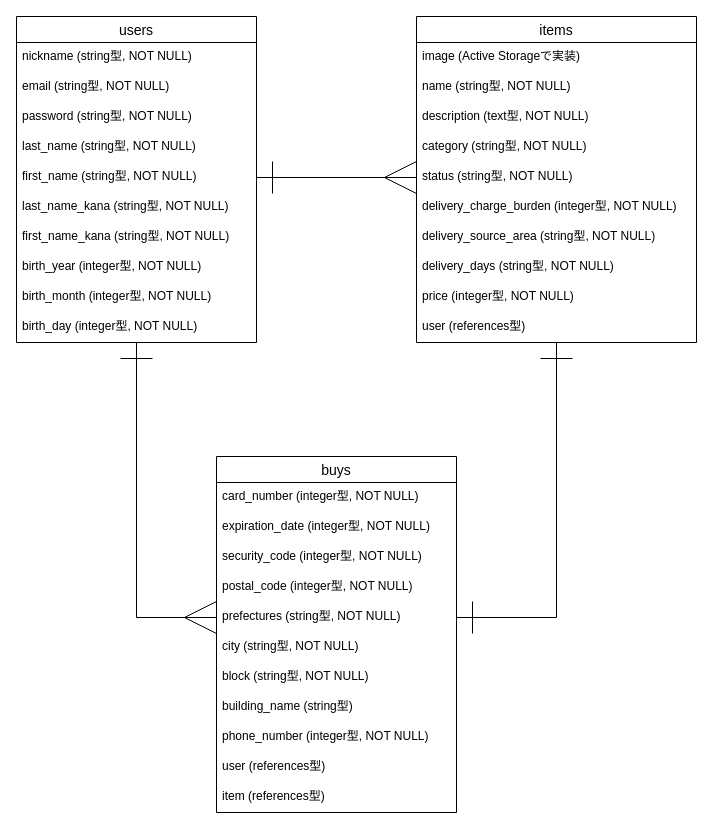
This is ER.dio from tsuyoponta/furima-32375, a draw.io file, before an edit. Source tidied: cells renumbered, new cells numbered last; positions are measured from the earlier drawing's top-left corner, leaving out a move shared by most shapes. Both pictures are drawn from the tidied source at 100%, with x=0, y=0 at pixel (16, 16).
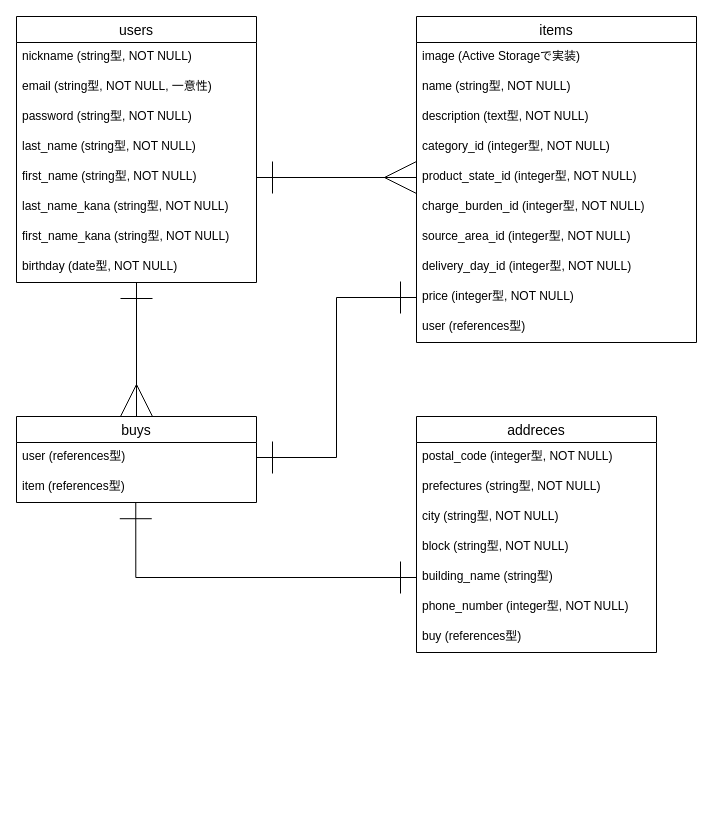
After the change.

Commit message (it also covers changes not shown here):
修正及び購入管理テーブルの追加

The change refers to these unchanged cells:
```xml
<mxCell id="15" value="items" style="swimlane;fontStyle=0;horizontal=1;startSize=26;align=center;fontSize=14;" parent="1" vertex="1">
  <mxGeometry x="400" width="280" height="326" as="geometry" />
</mxCell>
<mxCell id="24" value="price (integer型, NOT NULL)" style="text;strokeColor=none;fillColor=none;spacingLeft=4;spacingRight=4;overflow=hidden;points=[[0,0.5],[1,0.5]];portConstraint=eastwest;fontSize=12;" parent="15" vertex="1">
  <mxGeometry y="266" width="280" height="30" as="geometry" />
</mxCell>
```

What changed in the source:
```diff
@@
-    <mxCell id="2" style="edgeStyle=orthogonalEdgeStyle;rounded=0;jettySize=auto;html=1;startArrow=ERone;startFill=0;startSize=30;endArrow=ERmany;endFill=0;endSize=30;entryX=0;entryY=0.5;entryDx=0;entryDy=0;" parent="1" edge="1" source="3" target="32">
-      <mxGeometry relative="1" as="geometry" />
-    </mxCell>
+    <mxCell id="39" style="edgeStyle=orthogonalEdgeStyle;rounded=0;jettySize=auto;html=1;exitX=0.5;exitY=1;exitDx=0;exitDy=0;entryX=0.5;entryY=0;entryDx=0;entryDy=0;startArrow=ERone;startFill=0;startSize=30;endArrow=ERmany;endFill=0;endSize=30;" parent="1" edge="1" source="3" target="27">
+      <mxGeometry relative="1" as="geometry" />
+    </mxCell>
     <mxCell id="3" value="users" style="swimlane;fontStyle=0;horizontal=1;startSize=26;align=center;fontSize=14;" parent="1" vertex="1">
-      <mxGeometry width="240" height="326" as="geometry" />
+      <mxGeometry width="240" height="266" as="geometry" />
     </mxCell>
@@
-    <mxCell id="5" value="email (string型, NOT NULL)" style="text;strokeColor=none;fillColor=none;spacingLeft=4;spacingRight=4;overflow=hidden;fontSize=12;" parent="3" vertex="1">
+    <mxCell id="5" value="email (string型, NOT NULL, 一意性)" style="text;strokeColor=none;fillColor=none;spacingLeft=4;spacingRight=4;overflow=hidden;fontSize=12;" parent="3" vertex="1">
       <mxGeometry y="56" width="240" height="30" as="geometry" />
     </mxCell>
@@
-    <mxCell id="11" value="birth_year (integer型, NOT NULL)" style="text;strokeColor=none;fillColor=none;spacingLeft=4;spacingRight=4;overflow=hidden;fontSize=12;" parent="3" vertex="1">
-      <mxGeometry y="236" width="240" height="30" as="geometry" />
-    </mxCell>
-    <mxCell id="12" value="birth_month (integer型, NOT NULL)" style="text;strokeColor=none;fillColor=none;spacingLeft=4;spacingRight=4;overflow=hidden;fontSize=12;" parent="3" vertex="1">
-      <mxGeometry y="266" width="240" height="30" as="geometry" />
-    </mxCell>
-    <mxCell id="13" value="birth_day (integer型, NOT NULL)" style="text;strokeColor=none;fillColor=none;spacingLeft=4;spacingRight=4;overflow=hidden;fontSize=12;" parent="3" vertex="1">
-      <mxGeometry y="296" width="240" height="30" as="geometry" />
+    <mxCell id="13" value="birthday (date型, NOT NULL)" style="text;strokeColor=none;fillColor=none;spacingLeft=4;spacingRight=4;overflow=hidden;fontSize=12;" parent="3" vertex="1">
+      <mxGeometry y="236" width="240" height="30" as="geometry" />
     </mxCell>
-    <mxCell id="14" style="edgeStyle=orthogonalEdgeStyle;rounded=0;jettySize=auto;html=1;entryX=1;entryY=0.5;entryDx=0;entryDy=0;startArrow=ERone;startFill=0;startSize=30;endArrow=ERone;endFill=0;endSize=30;" parent="1" edge="1" source="15" target="32">
-      <mxGeometry relative="1" as="geometry">
-        <Array as="points">
-          <mxPoint x="540" y="601" />
-        </Array>
-      </mxGeometry>
-    </mxCell>
@@
-    <mxCell id="19" value="category (string型, NOT NULL)" style="text;strokeColor=none;fillColor=none;spacingLeft=4;spacingRight=4;overflow=hidden;fontSize=12;" parent="15" vertex="1">
+    <mxCell id="19" value="category_id (integer型, NOT NULL)" style="text;strokeColor=none;fillColor=none;spacingLeft=4;spacingRight=4;overflow=hidden;fontSize=12;" parent="15" vertex="1">
       <mxGeometry y="116" width="280" height="30" as="geometry" />
     </mxCell>
-    <mxCell id="20" value="status (string型, NOT NULL)" style="text;strokeColor=none;fillColor=none;spacingLeft=4;spacingRight=4;overflow=hidden;points=[[0,0.5],[1,0.5]];portConstraint=eastwest;fontSize=12;" parent="15" vertex="1">
+    <mxCell id="20" value="product_state_id (integer型, NOT NULL)" style="text;strokeColor=none;fillColor=none;spacingLeft=4;spacingRight=4;overflow=hidden;points=[[0,0.5],[1,0.5]];portConstraint=eastwest;fontSize=12;" parent="15" vertex="1">
       <mxGeometry y="146" width="280" height="30" as="geometry" />
     </mxCell>
-    <mxCell id="21" value="delivery_charge_burden (integer型, NOT NULL)" style="text;strokeColor=none;fillColor=none;spacingLeft=4;spacingRight=4;overflow=hidden;fontSize=12;" parent="15" vertex="1">
+    <mxCell id="21" value="charge_burden_id (integer型, NOT NULL)" style="text;strokeColor=none;fillColor=none;spacingLeft=4;spacingRight=4;overflow=hidden;fontSize=12;" parent="15" vertex="1">
       <mxGeometry y="176" width="280" height="30" as="geometry" />
     </mxCell>
-    <mxCell id="22" value="delivery_source_area (string型, NOT NULL)" style="text;strokeColor=none;fillColor=none;spacingLeft=4;spacingRight=4;overflow=hidden;fontSize=12;" parent="15" vertex="1">
+    <mxCell id="22" value="source_area_id (integer型, NOT NULL)" style="text;strokeColor=none;fillColor=none;spacingLeft=4;spacingRight=4;overflow=hidden;fontSize=12;" parent="15" vertex="1">
       <mxGeometry y="206" width="280" height="30" as="geometry" />
     </mxCell>
-    <mxCell id="23" value="delivery_days (string型, NOT NULL)" style="text;strokeColor=none;fillColor=none;spacingLeft=4;spacingRight=4;overflow=hidden;fontSize=12;" parent="15" vertex="1">
+    <mxCell id="23" value="delivery_day_id (integer型, NOT NULL)" style="text;strokeColor=none;fillColor=none;spacingLeft=4;spacingRight=4;overflow=hidden;fontSize=12;" parent="15" vertex="1">
       <mxGeometry y="236" width="280" height="30" as="geometry" />
     </mxCell>
@@
+    <mxCell id="40" style="edgeStyle=orthogonalEdgeStyle;rounded=0;jettySize=auto;html=1;startArrow=ERone;startFill=0;endSize=30;startSize=30;endArrow=ERone;endFill=0;exitX=0.497;exitY=1.007;exitDx=0;exitDy=0;exitPerimeter=0;entryX=0;entryY=0.5;entryDx=0;entryDy=0;" parent="1" edge="1" source="31" target="35">
+      <mxGeometry relative="1" as="geometry" />
+    </mxCell>
     <mxCell id="27" value="buys" style="swimlane;fontStyle=0;horizontal=1;startSize=26;align=center;fontSize=14;" parent="1" vertex="1">
-      <mxGeometry x="200" y="440" width="240" height="356" as="geometry" />
+      <mxGeometry y="400" width="240" height="86" as="geometry" />
     </mxCell>
-    <mxCell id="28" value="card_number (integer型, NOT NULL)" style="text;strokeColor=none;fillColor=none;spacingLeft=4;spacingRight=4;overflow=hidden;fontSize=12;" parent="27" vertex="1">
-      <mxGeometry y="26" width="240" height="30" as="geometry" />
-    </mxCell>
-    <mxCell id="29" value="expiration_date (integer型, NOT NULL)" style="text;strokeColor=none;fillColor=none;spacingLeft=4;spacingRight=4;overflow=hidden;fontSize=12;" parent="27" vertex="1">
-      <mxGeometry y="56" width="240" height="30" as="geometry" />
-    </mxCell>
-    <mxCell id="30" value="security_code (integer型, NOT NULL)" style="text;strokeColor=none;fillColor=none;spacingLeft=4;spacingRight=4;overflow=hidden;fontSize=12;" parent="27" vertex="1">
-      <mxGeometry y="86" width="240" height="30" as="geometry" />
-    </mxCell>
+    <mxCell id="37" value="user (references型)" style="text;strokeColor=none;fillColor=none;spacingLeft=4;spacingRight=4;overflow=hidden;points=[[0,0.5],[1,0.5]];portConstraint=eastwest;fontSize=12;" parent="27" vertex="1">
+      <mxGeometry y="26" width="240" height="30" as="geometry" />
+    </mxCell>
-    <mxCell id="31" value="postal_code (integer型, NOT NULL)" style="text;strokeColor=none;fillColor=none;spacingLeft=4;spacingRight=4;overflow=hidden;points=[[0,0.5],[1,0.5]];portConstraint=eastwest;fontSize=12;" parent="27" vertex="1">
-      <mxGeometry y="116" width="240" height="30" as="geometry" />
+    <mxCell id="31" value="item (references型)" style="text;strokeColor=none;fillColor=none;spacingLeft=4;spacingRight=4;overflow=hidden;points=[[0,0.5],[1,0.5]];portConstraint=eastwest;fontSize=12;" parent="27" vertex="1">
+      <mxGeometry y="56" width="240" height="30" as="geometry" />
     </mxCell>
+    <mxCell id="41" value="addreces" style="swimlane;fontStyle=0;horizontal=1;startSize=26;align=center;fontSize=14;" parent="1" vertex="1">
+      <mxGeometry x="400" y="400" width="240" height="236" as="geometry" />
+    </mxCell>
+    <mxCell id="42" value="postal_code (integer型, NOT NULL)" style="text;strokeColor=none;fillColor=none;spacingLeft=4;spacingRight=4;overflow=hidden;fontSize=12;" parent="41" vertex="1">
+      <mxGeometry y="26" width="240" height="30" as="geometry" />
+    </mxCell>
-    <mxCell id="32" value="prefectures (string型, NOT NULL)" style="text;strokeColor=none;fillColor=none;spacingLeft=4;spacingRight=4;overflow=hidden;points=[[0,0.5],[1,0.5]];portConstraint=eastwest;fontSize=12;" parent="27" vertex="1">
-      <mxGeometry y="146" width="240" height="30" as="geometry" />
+    <mxCell id="32" value="prefectures (string型, NOT NULL)" style="text;strokeColor=none;fillColor=none;spacingLeft=4;spacingRight=4;overflow=hidden;points=[[0,0.5],[1,0.5]];portConstraint=eastwest;fontSize=12;" parent="41" vertex="1">
+      <mxGeometry y="56" width="240" height="30" as="geometry" />
     </mxCell>
-    <mxCell id="33" value="city (string型, NOT NULL)" style="text;strokeColor=none;fillColor=none;spacingLeft=4;spacingRight=4;overflow=hidden;fontSize=12;" parent="27" vertex="1">
-      <mxGeometry y="176" width="240" height="30" as="geometry" />
+    <mxCell id="33" value="city (string型, NOT NULL)" style="text;strokeColor=none;fillColor=none;spacingLeft=4;spacingRight=4;overflow=hidden;fontSize=12;" parent="41" vertex="1">
+      <mxGeometry y="86" width="240" height="30" as="geometry" />
     </mxCell>
-    <mxCell id="34" value="block (string型, NOT NULL)" style="text;strokeColor=none;fillColor=none;spacingLeft=4;spacingRight=4;overflow=hidden;fontSize=12;" parent="27" vertex="1">
-      <mxGeometry y="206" width="240" height="30" as="geometry" />
+    <mxCell id="34" value="block (string型, NOT NULL)" style="text;strokeColor=none;fillColor=none;spacingLeft=4;spacingRight=4;overflow=hidden;fontSize=12;" parent="41" vertex="1">
+      <mxGeometry y="116" width="240" height="30" as="geometry" />
     </mxCell>
-    <mxCell id="35" value="building_name (string型)" style="text;strokeColor=none;fillColor=none;spacingLeft=4;spacingRight=4;overflow=hidden;points=[[0,0.5],[1,0.5]];portConstraint=eastwest;fontSize=12;" parent="27" vertex="1">
-      <mxGeometry y="236" width="240" height="30" as="geometry" />
+    <mxCell id="35" value="building_name (string型)" style="text;strokeColor=none;fillColor=none;spacingLeft=4;spacingRight=4;overflow=hidden;points=[[0,0.5],[1,0.5]];portConstraint=eastwest;fontSize=12;" parent="41" vertex="1">
+      <mxGeometry y="146" width="240" height="30" as="geometry" />
     </mxCell>
-    <mxCell id="36" value="phone_number (integer型, NOT NULL)" style="text;strokeColor=none;fillColor=none;spacingLeft=4;spacingRight=4;overflow=hidden;fontSize=12;" parent="27" vertex="1">
-      <mxGeometry y="266" width="240" height="30" as="geometry" />
+    <mxCell id="36" value="phone_number (integer型, NOT NULL)" style="text;strokeColor=none;fillColor=none;spacingLeft=4;spacingRight=4;overflow=hidden;fontSize=12;" parent="41" vertex="1">
+      <mxGeometry y="176" width="240" height="30" as="geometry" />
     </mxCell>
-    <mxCell id="37" value="user (references型)" style="text;strokeColor=none;fillColor=none;spacingLeft=4;spacingRight=4;overflow=hidden;points=[[0,0.5],[1,0.5]];portConstraint=eastwest;fontSize=12;" parent="27" vertex="1">
-      <mxGeometry y="296" width="240" height="30" as="geometry" />
-    </mxCell>
-    <mxCell id="38" value="item (references型)" style="text;strokeColor=none;fillColor=none;spacingLeft=4;spacingRight=4;overflow=hidden;fontSize=12;" parent="27" vertex="1">
-      <mxGeometry y="326" width="240" height="30" as="geometry" />
-    </mxCell>
+    <mxCell id="43" value="buy (references型)" style="text;strokeColor=none;fillColor=none;spacingLeft=4;spacingRight=4;overflow=hidden;fontSize=12;" parent="41" vertex="1">
+      <mxGeometry y="206" width="240" height="30" as="geometry" />
+    </mxCell>
+    <mxCell id="44" style="edgeStyle=orthogonalEdgeStyle;rounded=0;jettySize=auto;html=1;exitX=0;exitY=0.5;exitDx=0;exitDy=0;entryX=1;entryY=0.5;entryDx=0;entryDy=0;startArrow=ERone;startFill=0;startSize=30;endArrow=ERone;endFill=0;endSize=30;" parent="1" edge="1" source="24" target="37">
+      <mxGeometry relative="1" as="geometry" />
+    </mxCell>
```
